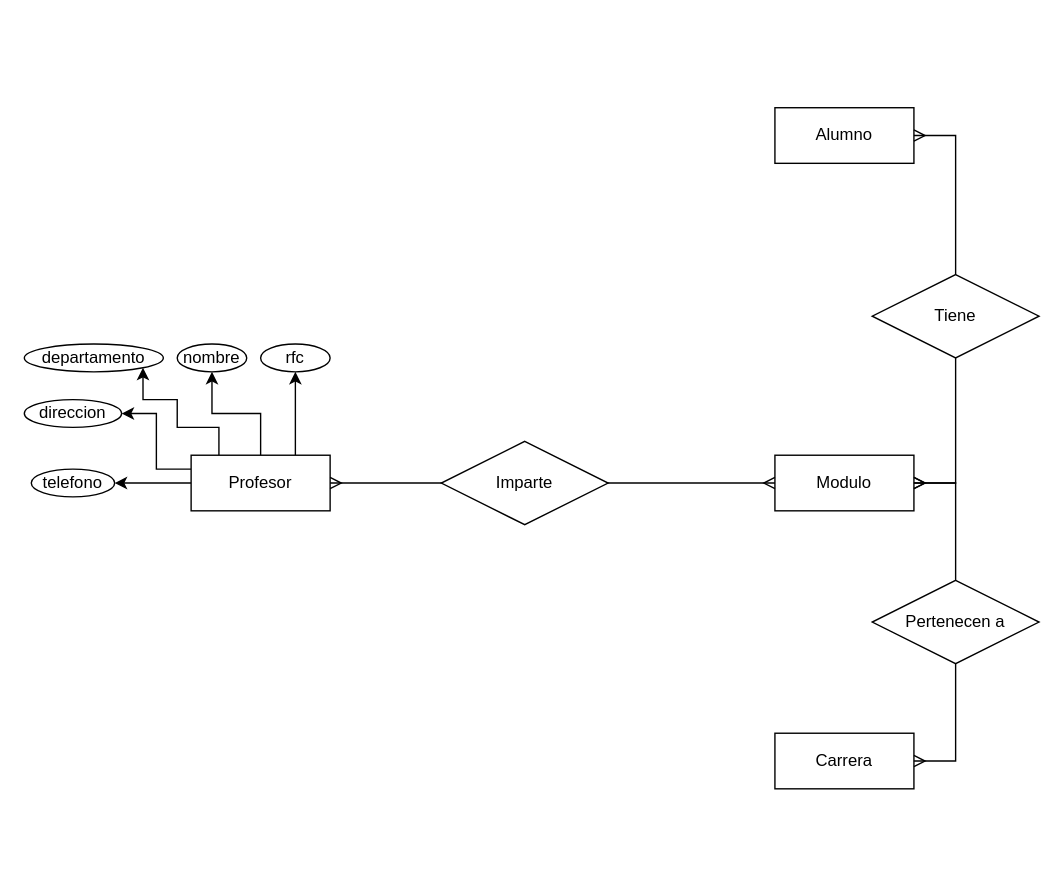
a2772/hyperblog keeps this draw.io diagram as Diagrama sin título.drawio. Above is the earlier version. Source tidied: cells renumbered, new cells numbered last; positions are measured from the earlier drawing's top-left corner, leaving out a move shared by most shapes. Both pictures are drawn from the tidied source at 139%, with x=0, y=0 at pixel (24, 107).
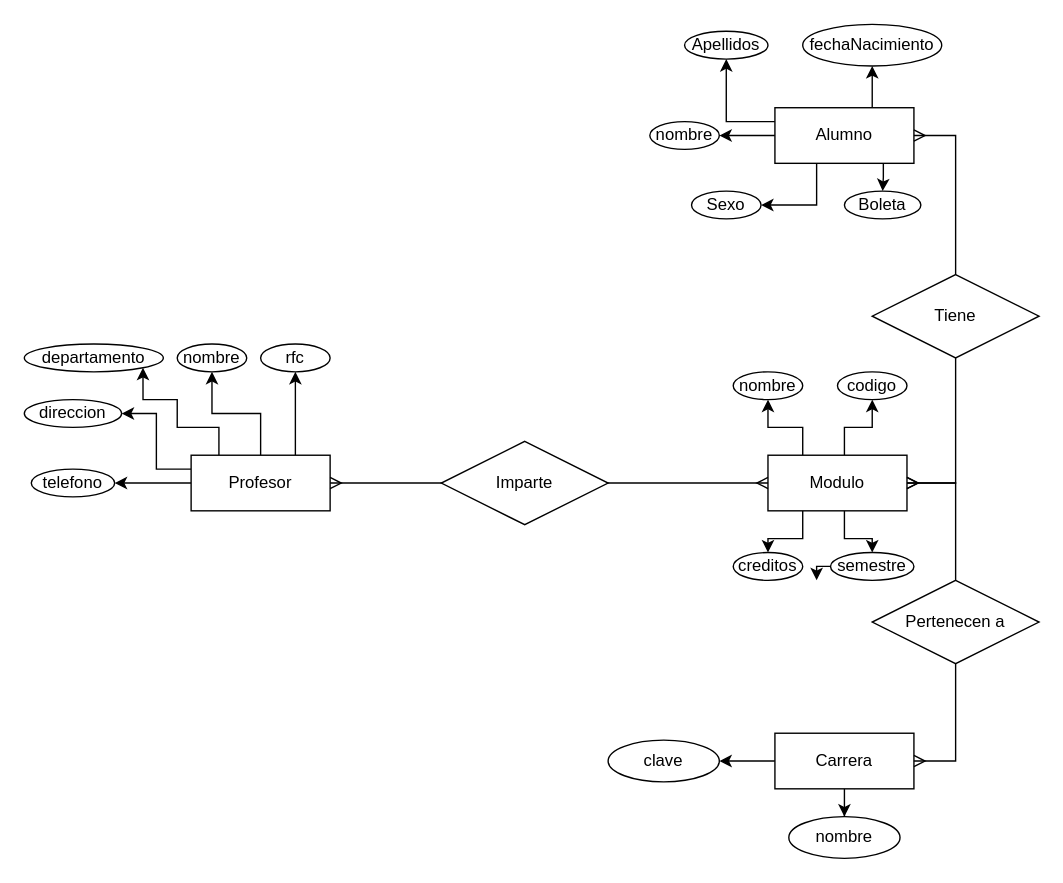
After the change.

The change refers to these unchanged cells:
```xml
<mxCell id="9" value="Carrera" style="whiteSpace=wrap;html=1;align=center;" parent="1" vertex="1">
  <mxGeometry x="540" y="450" width="100" height="40" as="geometry" />
</mxCell>
<mxCell id="10" value="Alumno" style="whiteSpace=wrap;html=1;align=center;" parent="1" vertex="1">
  <mxGeometry x="540" width="100" height="40" as="geometry" />
</mxCell>
```

The edit, as a diff of the source:
```diff
@@
+    <mxCell id="22" style="edgeStyle=orthogonalEdgeStyle;rounded=0;jettySize=auto;html=1;entryX=0.5;entryY=1;entryDx=0;entryDy=0;" parent="1" edge="1" source="8" target="35">
+      <mxGeometry relative="1" as="geometry">
+        <Array as="points">
+          <mxPoint x="590" y="230" />
+          <mxPoint x="610" y="230" />
+        </Array>
+      </mxGeometry>
+    </mxCell>
+    <mxCell id="23" style="edgeStyle=orthogonalEdgeStyle;rounded=0;jettySize=auto;html=1;entryX=0.5;entryY=1;entryDx=0;entryDy=0;" parent="1" edge="1" source="8" target="36">
+      <mxGeometry relative="1" as="geometry">
+        <Array as="points">
+          <mxPoint x="560" y="230" />
+          <mxPoint x="535" y="230" />
+        </Array>
+      </mxGeometry>
+    </mxCell>
+    <mxCell id="24" style="edgeStyle=orthogonalEdgeStyle;rounded=0;jettySize=auto;html=1;entryX=0.5;entryY=0;entryDx=0;entryDy=0;" parent="1" edge="1" source="8" target="37">
+      <mxGeometry relative="1" as="geometry">
+        <Array as="points">
+          <mxPoint x="560" y="310" />
+          <mxPoint x="535" y="310" />
+        </Array>
+      </mxGeometry>
+    </mxCell>
+    <mxCell id="25" style="edgeStyle=orthogonalEdgeStyle;rounded=0;jettySize=auto;html=1;entryX=0.5;entryY=0;entryDx=0;entryDy=0;" parent="1" edge="1" source="8" target="39">
+      <mxGeometry relative="1" as="geometry">
+        <Array as="points">
+          <mxPoint x="590" y="310" />
+          <mxPoint x="610" y="310" />
+        </Array>
+      </mxGeometry>
+    </mxCell>
     <mxCell id="8" value="Modulo" style="whiteSpace=wrap;html=1;align=center;" parent="1" vertex="1">
-      <mxGeometry x="540" y="250" width="100" height="40" as="geometry" />
+      <mxGeometry x="535" y="250" width="100" height="40" as="geometry" />
     </mxCell>
+    <mxCell id="26" style="edgeStyle=orthogonalEdgeStyle;rounded=0;jettySize=auto;html=1;" parent="1" edge="1" source="9" target="33">
+      <mxGeometry relative="1" as="geometry" />
+    </mxCell>
+    <mxCell id="27" style="edgeStyle=orthogonalEdgeStyle;rounded=0;jettySize=auto;html=1;" parent="1" edge="1" source="9" target="34">
+      <mxGeometry relative="1" as="geometry" />
+    </mxCell>
@@
+    <mxCell id="28" style="edgeStyle=orthogonalEdgeStyle;rounded=0;jettySize=auto;html=1;" parent="1" edge="1" source="10" target="40">
+      <mxGeometry relative="1" as="geometry">
+        <Array as="points">
+          <mxPoint x="618" y="50" />
+          <mxPoint x="618" y="50" />
+        </Array>
+      </mxGeometry>
+    </mxCell>
+    <mxCell id="29" style="edgeStyle=orthogonalEdgeStyle;rounded=0;jettySize=auto;html=1;entryX=1;entryY=0.5;entryDx=0;entryDy=0;" parent="1" edge="1" source="10" target="42">
+      <mxGeometry relative="1" as="geometry">
+        <Array as="points">
+          <mxPoint x="570" y="70" />
+        </Array>
+      </mxGeometry>
+    </mxCell>
+    <mxCell id="30" style="edgeStyle=orthogonalEdgeStyle;rounded=0;jettySize=auto;html=1;entryX=1;entryY=0.5;entryDx=0;entryDy=0;" parent="1" edge="1" source="10" target="44">
+      <mxGeometry relative="1" as="geometry" />
+    </mxCell>
+    <mxCell id="31" style="edgeStyle=orthogonalEdgeStyle;rounded=0;jettySize=auto;html=1;entryX=0.5;entryY=1;entryDx=0;entryDy=0;" parent="1" edge="1" source="10" target="43">
+      <mxGeometry relative="1" as="geometry">
+        <Array as="points">
+          <mxPoint x="505" y="10" />
+        </Array>
+      </mxGeometry>
+    </mxCell>
+    <mxCell id="32" style="edgeStyle=orthogonalEdgeStyle;rounded=0;jettySize=auto;html=1;entryX=0.5;entryY=1;entryDx=0;entryDy=0;" parent="1" edge="1" source="10" target="41">
+      <mxGeometry relative="1" as="geometry">
+        <Array as="points">
+          <mxPoint x="610" y="-10" />
+          <mxPoint x="610" y="-10" />
+        </Array>
+      </mxGeometry>
+    </mxCell>
@@
+    <mxCell id="33" value="clave" style="ellipse;whiteSpace=wrap;html=1;align=center;" parent="1" vertex="1">
+      <mxGeometry x="420" y="455" width="80" height="30" as="geometry" />
+    </mxCell>
+    <mxCell id="34" value="nombre" style="ellipse;whiteSpace=wrap;html=1;align=center;" parent="1" vertex="1">
+      <mxGeometry x="550" y="510" width="80" height="30" as="geometry" />
+    </mxCell>
+    <mxCell id="35" value="codigo" style="ellipse;whiteSpace=wrap;html=1;align=center;" parent="1" vertex="1">
+      <mxGeometry x="585" y="190" width="50" height="20" as="geometry" />
+    </mxCell>
+    <mxCell id="36" value="nombre" style="ellipse;whiteSpace=wrap;html=1;align=center;" parent="1" vertex="1">
+      <mxGeometry x="510" y="190" width="50" height="20" as="geometry" />
+    </mxCell>
+    <mxCell id="37" value="creditos" style="ellipse;whiteSpace=wrap;html=1;align=center;" parent="1" vertex="1">
+      <mxGeometry x="510" y="320" width="50" height="20" as="geometry" />
+    </mxCell>
+    <mxCell id="38" style="edgeStyle=orthogonalEdgeStyle;rounded=0;jettySize=auto;html=1;exitX=0;exitY=0.5;exitDx=0;exitDy=0;" parent="1" edge="1" source="39">
+      <mxGeometry relative="1" as="geometry">
+        <mxPoint x="570" y="340" as="targetPoint" />
+      </mxGeometry>
+    </mxCell>
+    <mxCell id="39" value="semestre" style="ellipse;whiteSpace=wrap;html=1;align=center;" parent="1" vertex="1">
+      <mxGeometry x="580" y="320" width="60" height="20" as="geometry" />
+    </mxCell>
+    <mxCell id="40" value="Boleta" style="ellipse;whiteSpace=wrap;html=1;align=center;" parent="1" vertex="1">
+      <mxGeometry x="590" y="60" width="55" height="20" as="geometry" />
+    </mxCell>
+    <mxCell id="41" value="fechaNacimiento" style="ellipse;whiteSpace=wrap;html=1;align=center;" parent="1" vertex="1">
+      <mxGeometry x="560" y="-60" width="100" height="30" as="geometry" />
+    </mxCell>
+    <mxCell id="42" value="Sexo" style="ellipse;whiteSpace=wrap;html=1;align=center;" parent="1" vertex="1">
+      <mxGeometry x="480" y="60" width="50" height="20" as="geometry" />
+    </mxCell>
+    <mxCell id="43" value="Apellidos" style="ellipse;whiteSpace=wrap;html=1;align=center;" parent="1" vertex="1">
+      <mxGeometry x="475" y="-55" width="60" height="20" as="geometry" />
+    </mxCell>
+    <mxCell id="44" value="nombre" style="ellipse;whiteSpace=wrap;html=1;align=center;" parent="1" vertex="1">
+      <mxGeometry x="450" y="10" width="50" height="20" as="geometry" />
+    </mxCell>
```
